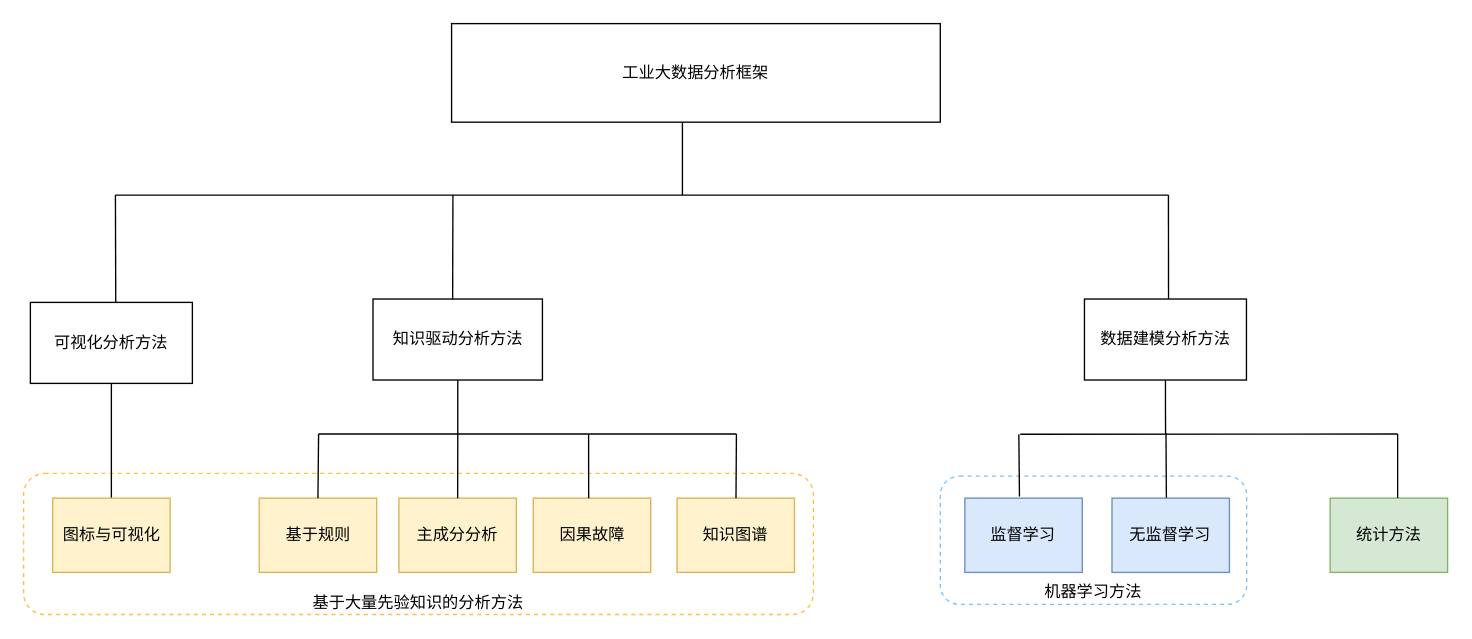
The draw.io diagram images/未命名绘图.drawio.xml in jkjam7/techniques, before the edit. Source tidied: cells renumbered, new cells numbered last; positions are measured from the earlier drawing's top-left corner, leaving out a move shared by most shapes. Both pictures are drawn from the tidied source at 135%, with x=0, y=0 at pixel (23, 23).
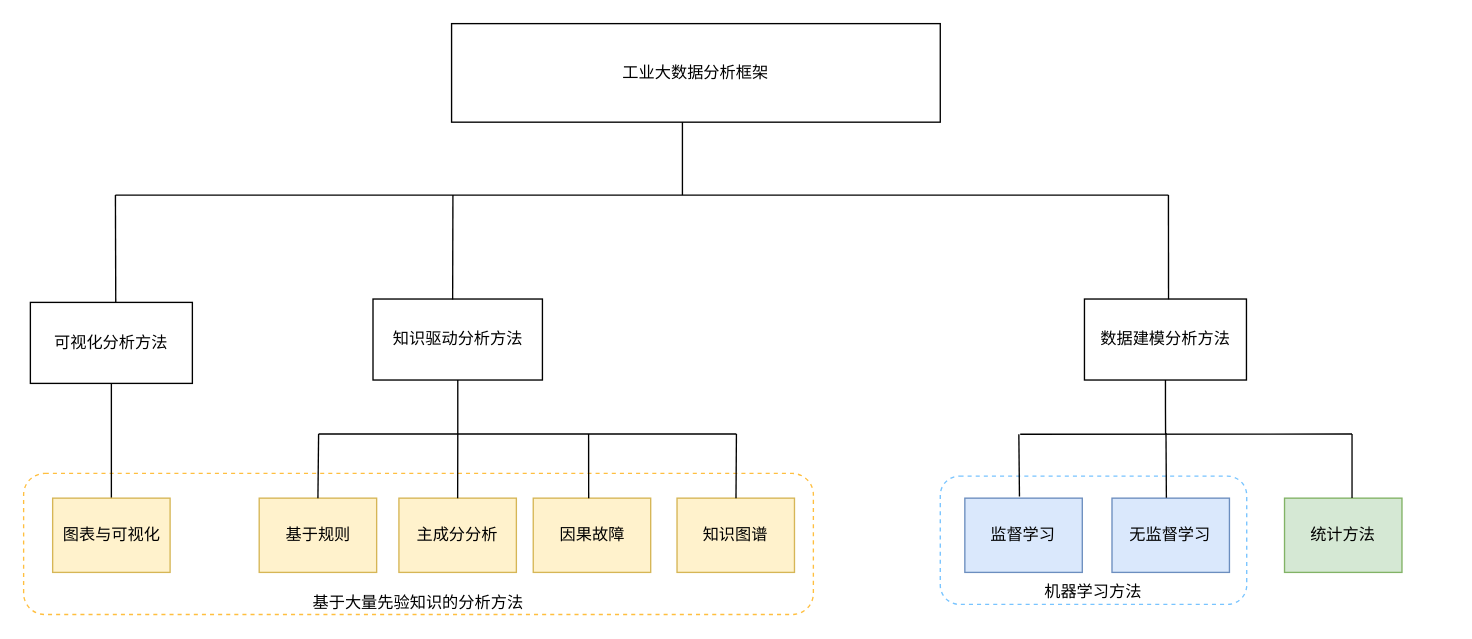
After the change.

Commit message:
更新未命名绘图.drawio.xml

Change to the diagram source:
```diff
@@
     <mxCell id="18" value="统计方法" style="rounded=0;whiteSpace=wrap;html=1;fillColor=#d5e8d4;strokeColor=#82b366;" parent="1" vertex="1">
-      <mxGeometry x="967.8" y="351.5" width="87" height="55" as="geometry" />
+      <mxGeometry x="934" y="351.5" width="87" height="55" as="geometry" />
     </mxCell>
     <mxCell id="19" style="endArrow=none;html=1;rounded=0;" parent="1" edge="1">
       <mxGeometry relative="1" as="geometry">
         <mxPoint x="738.2" y="304.2" as="sourcePoint" />
-        <mxPoint x="1017.8" y="304" as="targetPoint" />
+        <mxPoint x="984" y="304" as="targetPoint" />
       </mxGeometry>
     </mxCell>
@@
     <mxCell id="22" style="endArrow=none;html=1;rounded=0;exitX=0.575;exitY=-0.002;exitDx=0;exitDy=0;exitPerimeter=0;" parent="1" edge="1" source="18">
       <mxGeometry relative="1" as="geometry">
-        <mxPoint x="1017.8" y="304" as="targetPoint" />
+        <mxPoint x="984" y="304" as="targetPoint" />
+        <Array as="points">
+          <mxPoint x="984" y="304" />
+        </Array>
       </mxGeometry>
     </mxCell>
@@
-    <mxCell id="24" value="图标与可视化" style="rounded=0;whiteSpace=wrap;html=1;fillColor=#fff2cc;strokeColor=#d6b656;" parent="1" vertex="1">
+    <mxCell id="24" value="图表与可视化" style="rounded=0;whiteSpace=wrap;html=1;fillColor=#fff2cc;strokeColor=#d6b656;" parent="1" vertex="1">
       <mxGeometry x="21.5" y="351.5" width="87" height="55" as="geometry" />
     </mxCell>
```
